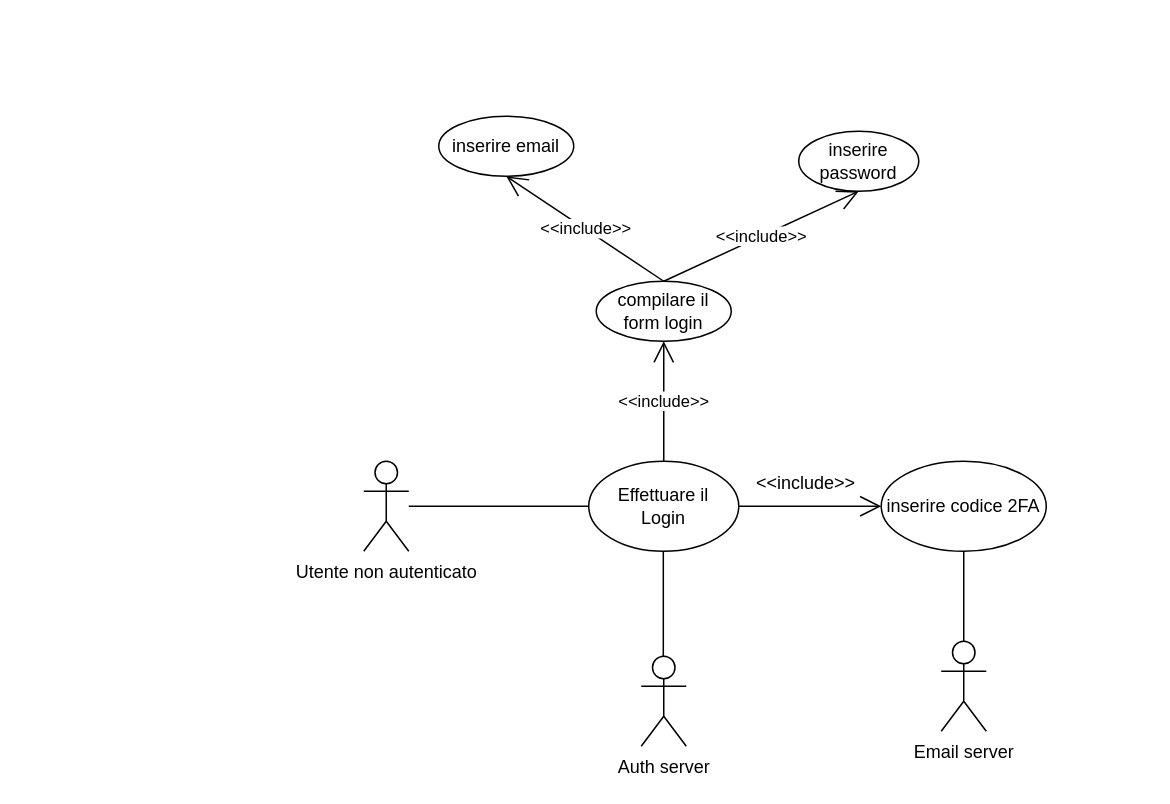
IS-FixMi/Documentation-Source keeps this draw.io diagram as second-deliverable/grafici_XML/Login_UCD.drawio.xml. Above is the earlier version. Source tidied: cells renumbered, new cells numbered last; positions are measured from the earlier drawing's top-left corner, leaving out a move shared by most shapes. Both pictures are drawn from the tidied source at 150%, with x=0, y=0 at pixel (363, 116).
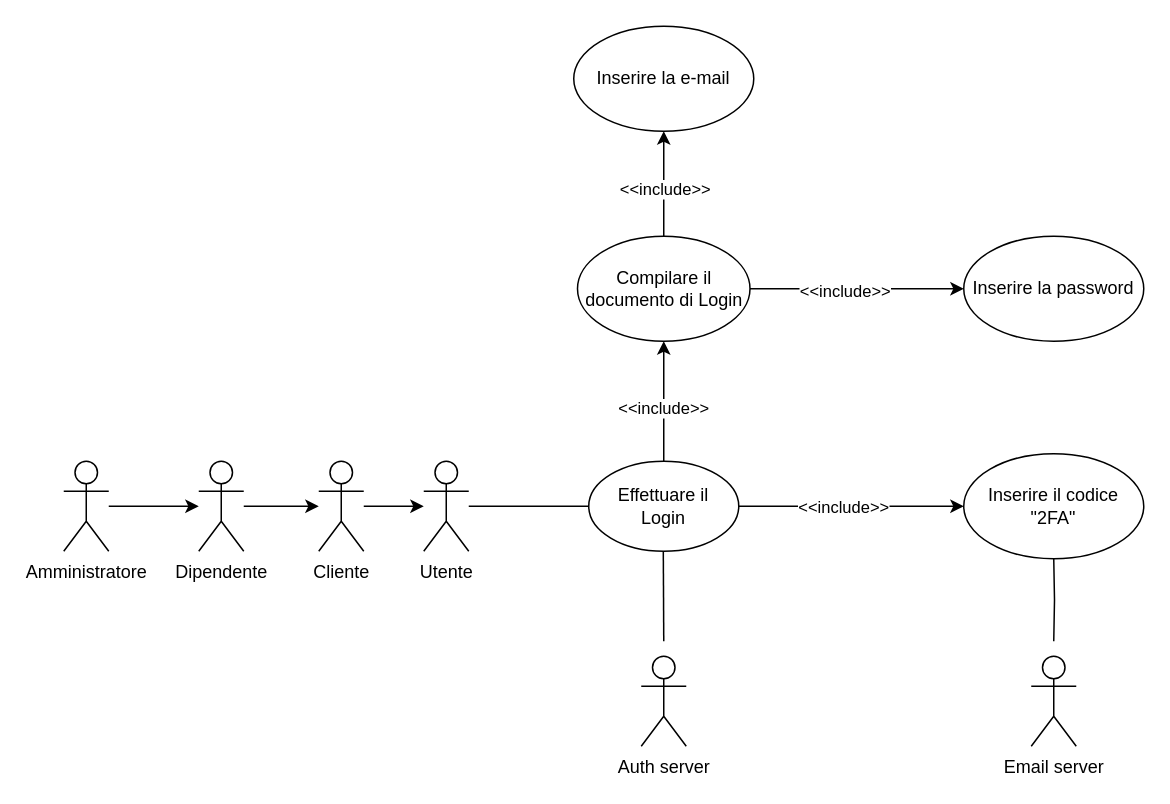
The same diagram, later.

The change refers to these unchanged cells:
```xml
<mxCell id="3" value="Effettuare il&lt;br&gt;Login" style="ellipse;whiteSpace=wrap;html=1;" parent="1" vertex="1">
  <mxGeometry x="150" y="230" width="100" height="60" as="geometry" />
</mxCell>
```

Diff of the diagram source:
```diff
@@
+    <mxCell id="18" style="edgeStyle=orthogonalEdgeStyle;rounded=0;jettySize=auto;html=1;endArrow=none;endFill=0;" parent="1" edge="1" source="2" target="3">
+      <mxGeometry relative="1" as="geometry" />
+    </mxCell>
-    <mxCell id="2" value="Utente non autenticato&lt;br&gt;" style="shape=umlActor;verticalLabelPosition=bottom;verticalAlign=top;html=1;" parent="1" vertex="1">
-      <mxGeometry y="230" width="30" height="60" as="geometry" />
+    <mxCell id="2" value="Utente" style="shape=umlActor;verticalLabelPosition=bottom;verticalAlign=top;html=1;" parent="1" vertex="1">
+      <mxGeometry x="40" y="230" width="30" height="60" as="geometry" />
     </mxCell>
+    <mxCell id="10" style="edgeStyle=orthogonalEdgeStyle;rounded=0;jettySize=auto;html=1;" parent="1" edge="1" source="3" target="9">
+      <mxGeometry relative="1" as="geometry" />
+    </mxCell>
+    <mxCell id="19" value="&amp;lt;&amp;lt;include&amp;gt;&amp;gt;" style="edgeLabel;html=1;align=center;verticalAlign=middle;" parent="10" vertex="1">
+      <mxGeometry x="-0.13" y="-2" relative="1" as="geometry">
+        <mxPoint x="4" y="-2" as="offset" />
+      </mxGeometry>
+    </mxCell>
+    <mxCell id="5" style="edgeStyle=orthogonalEdgeStyle;rounded=0;jettySize=auto;html=1;" parent="1" edge="1" source="3" target="16">
+      <mxGeometry relative="1" as="geometry" />
+    </mxCell>
+    <mxCell id="20" value="&amp;lt;&amp;lt;include&amp;gt;&amp;gt;" style="edgeLabel;html=1;align=center;verticalAlign=middle;" parent="5" vertex="1">
+      <mxGeometry x="-0.1" y="1" relative="1" as="geometry" />
+    </mxCell>
@@
-    <mxCell id="4" style="endArrow=none;html=1;rounded=0;entryX=0;entryY=0.5;entryDx=0;entryDy=0;" parent="1" edge="1" target="3">
-      <mxGeometry relative="1" as="geometry">
-        <mxPoint x="30" y="260" as="sourcePoint" />
-      </mxGeometry>
-    </mxCell>
-    <mxCell id="5" value="&amp;lt;&amp;lt;include&amp;gt;&amp;gt;" style="endArrow=open;endFill=1;endSize=12;html=1;rounded=0;exitX=0.5;exitY=0;exitDx=0;exitDy=0;entryX=0.5;entryY=1;entryDx=0;entryDy=0;" parent="1" edge="1" source="3" target="16">
-      <mxGeometry relative="1" as="geometry" />
-    </mxCell>
-    <mxCell id="6" value="&amp;lt;&amp;lt;include&amp;gt;&amp;gt;" style="endArrow=open;endFill=1;endSize=12;html=1;rounded=0;exitX=0.5;exitY=0;exitDx=0;exitDy=0;entryX=0.5;entryY=1;entryDx=0;entryDy=0;" parent="1" edge="1" target="8">
-      <mxGeometry relative="1" as="geometry">
-        <mxPoint x="200" y="110" as="sourcePoint" />
-      </mxGeometry>
-    </mxCell>
-    <mxCell id="7" value="inserire email" style="ellipse;whiteSpace=wrap;html=1;" parent="1" vertex="1">
-      <mxGeometry x="50" width="90" height="40" as="geometry" />
-    </mxCell>
-    <mxCell id="8" value="inserire password" style="ellipse;whiteSpace=wrap;html=1;" parent="1" vertex="1">
-      <mxGeometry x="290" y="10" width="80" height="40" as="geometry" />
+    <mxCell id="8" value="Inserire la e-mail" style="ellipse;whiteSpace=wrap;html=1;" parent="1" vertex="1">
+      <mxGeometry x="140" y="-60" width="120" height="70" as="geometry" />
     </mxCell>
-    <mxCell id="9" value="inserire codice 2FA" style="ellipse;whiteSpace=wrap;html=1;" parent="1" vertex="1">
-      <mxGeometry x="345" y="230" width="110" height="60" as="geometry" />
+    <mxCell id="9" value="Inserire il codice &quot;2FA&quot;" style="ellipse;whiteSpace=wrap;html=1;" parent="1" vertex="1">
+      <mxGeometry x="400" y="225" width="120" height="70" as="geometry" />
     </mxCell>
-    <mxCell id="10" style="endArrow=open;endFill=1;endSize=12;html=1;rounded=0;exitX=1;exitY=0.5;exitDx=0;exitDy=0;entryX=0;entryY=0.5;entryDx=0;entryDy=0;" parent="1" edge="1" source="3" target="9">
-      <mxGeometry relative="1" as="geometry" />
-    </mxCell>
-    <mxCell id="11" value="&amp;lt;&amp;lt;include&amp;gt;&amp;gt;" style="text;html=1;strokeColor=none;fillColor=none;align=center;verticalAlign=middle;whiteSpace=wrap;rounded=0;" parent="1" vertex="1">
-      <mxGeometry x="270" y="240" width="50" height="10" as="geometry" />
-    </mxCell>
+    <mxCell id="21" style="edgeStyle=orthogonalEdgeStyle;rounded=0;jettySize=auto;html=1;endArrow=none;endFill=0;" parent="1" edge="1" target="9">
+      <mxGeometry relative="1" as="geometry">
+        <mxPoint x="460" y="350" as="sourcePoint" />
+      </mxGeometry>
+    </mxCell>
     <mxCell id="12" value="Email server&lt;br&gt;" style="shape=umlActor;verticalLabelPosition=bottom;verticalAlign=top;html=1;" parent="1" vertex="1">
-      <mxGeometry x="385" y="350" width="30" height="60" as="geometry" />
+      <mxGeometry x="445" y="360" width="30" height="60" as="geometry" />
     </mxCell>
-    <mxCell id="13" style="endArrow=none;html=1;rounded=0;entryX=0.5;entryY=1;entryDx=0;entryDy=0;exitX=0.5;exitY=0;exitDx=0;exitDy=0;exitPerimeter=0;" parent="1" edge="1" source="12" target="9">
-      <mxGeometry relative="1" as="geometry" />
-    </mxCell>
@@
-    <mxCell id="15" style="endArrow=none;html=1;rounded=0;entryX=0.5;entryY=1;entryDx=0;entryDy=0;exitX=0.5;exitY=0;exitDx=0;exitDy=0;exitPerimeter=0;" parent="1" edge="1">
+    <mxCell id="15" style="endArrow=none;html=1;rounded=0;entryX=0.5;entryY=1;entryDx=0;entryDy=0;" parent="1" edge="1">
       <mxGeometry relative="1" as="geometry">
-        <mxPoint x="199.7" y="360" as="sourcePoint" />
+        <mxPoint x="200" y="350" as="sourcePoint" />
         <mxPoint x="199.7" y="290" as="targetPoint" />
       </mxGeometry>
     </mxCell>
+    <mxCell id="22" style="edgeStyle=orthogonalEdgeStyle;rounded=0;jettySize=auto;html=1;" parent="1" edge="1" source="16" target="8">
+      <mxGeometry relative="1" as="geometry" />
+    </mxCell>
+    <mxCell id="23" value="&amp;lt;&amp;lt;include&amp;gt;&amp;gt;" style="edgeLabel;html=1;align=center;verticalAlign=middle;" parent="22" vertex="1">
+      <mxGeometry x="-0.1" relative="1" as="geometry" />
+    </mxCell>
+    <mxCell id="24" style="edgeStyle=orthogonalEdgeStyle;rounded=0;jettySize=auto;html=1;" parent="1" edge="1" source="16" target="26">
+      <mxGeometry relative="1" as="geometry" />
+    </mxCell>
+    <mxCell id="25" value="&amp;lt;&amp;lt;include&amp;gt;&amp;gt;" style="edgeLabel;html=1;align=center;verticalAlign=middle;" parent="24" vertex="1">
+      <mxGeometry x="-0.12" y="-1" relative="1" as="geometry" />
+    </mxCell>
-    <mxCell id="16" value="compilare il form login" style="ellipse;whiteSpace=wrap;html=1;" parent="1" vertex="1">
-      <mxGeometry x="155" y="110" width="90" height="40" as="geometry" />
+    <mxCell id="16" value="Compilare il documento di Login" style="ellipse;whiteSpace=wrap;html=1;" parent="1" vertex="1">
+      <mxGeometry x="142.5" y="80" width="115" height="70" as="geometry" />
     </mxCell>
-    <mxCell id="17" value="&amp;lt;&amp;lt;include&amp;gt;&amp;gt;" style="endArrow=open;endFill=1;endSize=12;html=1;rounded=0;exitX=0.5;exitY=0;exitDx=0;exitDy=0;entryX=0.5;entryY=1;entryDx=0;entryDy=0;" parent="1" edge="1" source="16" target="7">
-      <mxGeometry relative="1" as="geometry" />
-    </mxCell>
+    <mxCell id="26" value="Inserire la password" style="ellipse;whiteSpace=wrap;html=1;" parent="1" vertex="1">
+      <mxGeometry x="400" y="80" width="120" height="70" as="geometry" />
+    </mxCell>
+    <mxCell id="27" style="edgeStyle=orthogonalEdgeStyle;rounded=0;jettySize=auto;html=1;" parent="1" edge="1" source="28" target="2">
+      <mxGeometry relative="1" as="geometry" />
+    </mxCell>
+    <mxCell id="28" value="Cliente" style="shape=umlActor;verticalLabelPosition=bottom;verticalAlign=top;html=1;" parent="1" vertex="1">
+      <mxGeometry x="-30" y="230" width="30" height="60" as="geometry" />
+    </mxCell>
+    <mxCell id="29" style="edgeStyle=orthogonalEdgeStyle;rounded=0;jettySize=auto;html=1;" parent="1" edge="1" source="30" target="28">
+      <mxGeometry relative="1" as="geometry" />
+    </mxCell>
+    <mxCell id="30" value="Dipendente" style="shape=umlActor;verticalLabelPosition=bottom;verticalAlign=top;html=1;" parent="1" vertex="1">
+      <mxGeometry x="-110" y="230" width="30" height="60" as="geometry" />
+    </mxCell>
+    <mxCell id="31" style="edgeStyle=orthogonalEdgeStyle;rounded=0;jettySize=auto;html=1;" parent="1" edge="1" source="32" target="30">
+      <mxGeometry relative="1" as="geometry" />
+    </mxCell>
+    <mxCell id="32" value="Amministratore" style="shape=umlActor;verticalLabelPosition=bottom;verticalAlign=top;html=1;" parent="1" vertex="1">
+      <mxGeometry x="-200" y="230" width="30" height="60" as="geometry" />
+    </mxCell>
```
